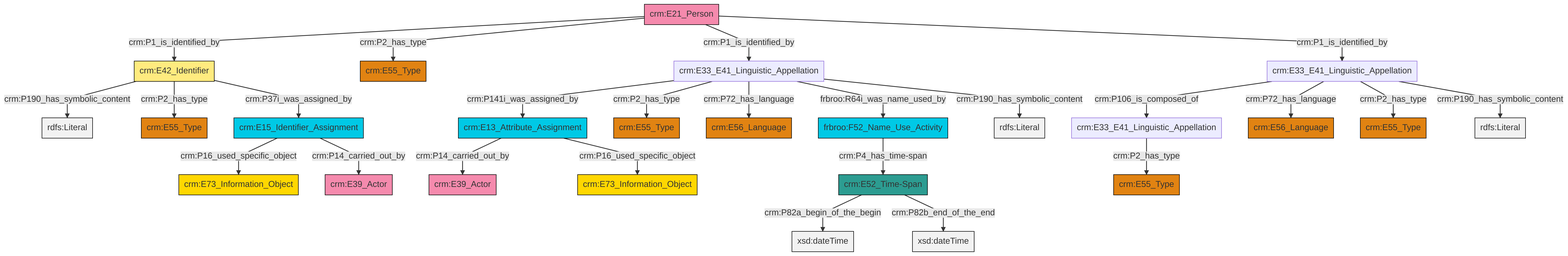
This is et/personCSV/ttl/mmd/png/Person_Names_and_Classification.png from swiss-art-research-net/reference-data-models, a Mermaid export, as it was before one commit. Its source is kept beside it as et/personCSV/ttl/mmd/Person_Names_and_Classification.ttl.mmd.
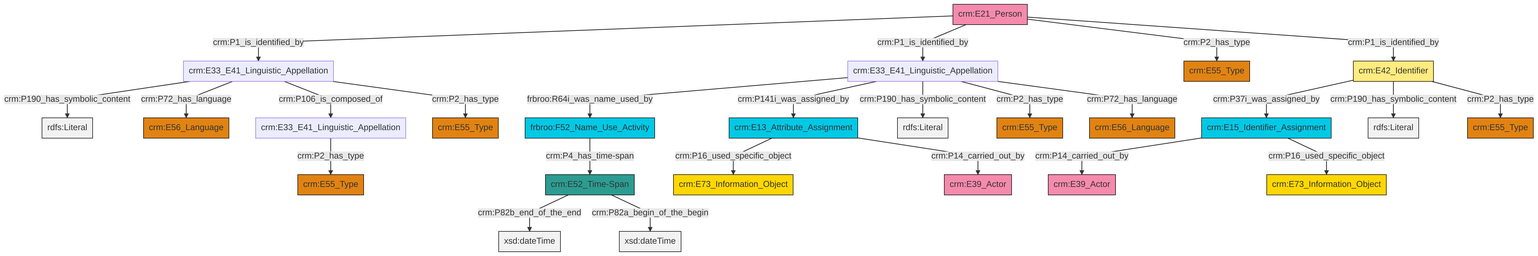
Above is the later version.

The edit, as a diff of the source:
```diff
@@ -13,27 +13,27 @@
 classDef PC_Classes fill:#4ce600, stroke:#000000;
 classDef Multi fill:#cccccc,stroke:#000000;
 
-4["crm:E13_Attribute_Assignment"]:::Temporal_Entity -->|crm:P14_carried_out_by| 5["crm:E39_Actor"]:::Actor
-0["crm:E21_Person"]:::Actor -->|crm:P1_is_identified_by| 9["crm:E42_Identifier"]:::Appellation
-10["crm:E33_E41_Linguistic_Appellation"]:::Default -->|crm:P106_is_composed_of| 11["crm:E33_E41_Linguistic_Appellation"]:::Default
-4["crm:E13_Attribute_Assignment"]:::Temporal_Entity -->|crm:P16_used_specific_object| 14["crm:E73_Information_Object"]:::Conceptual_Object
-20["crm:E52_Time-Span"]:::Time-Span -->|crm:P82a_begin_of_the_begin| 21[xsd:dateTime]:::Literal
-10["crm:E33_E41_Linguistic_Appellation"]:::Default -->|crm:P72_has_language| 22["crm:E56_Language"]:::Type
-0["crm:E21_Person"]:::Actor -->|crm:P2_has_type| 2["crm:E55_Type"]:::Type
-0["crm:E21_Person"]:::Actor -->|crm:P1_is_identified_by| 7["crm:E33_E41_Linguistic_Appellation"]:::Default
-7["crm:E33_E41_Linguistic_Appellation"]:::Default -->|crm:P141i_was_assigned_by| 4["crm:E13_Attribute_Assignment"]:::Temporal_Entity
-20["crm:E52_Time-Span"]:::Time-Span -->|crm:P82b_end_of_the_end| 26[xsd:dateTime]:::Literal
-27["crm:E15_Identifier_Assignment"]:::Temporal_Entity -->|crm:P16_used_specific_object| 18["crm:E73_Information_Object"]:::Conceptual_Object
-9["crm:E42_Identifier"]:::Appellation -->|crm:P190_has_symbolic_content| 32[rdfs:Literal]:::Literal
-7["crm:E33_E41_Linguistic_Appellation"]:::Default -->|crm:P2_has_type| 33["crm:E55_Type"]:::Type
-9["crm:E42_Identifier"]:::Appellation -->|crm:P2_has_type| 28["crm:E55_Type"]:::Type
-10["crm:E33_E41_Linguistic_Appellation"]:::Default -->|crm:P2_has_type| 23["crm:E55_Type"]:::Type
-11["crm:E33_E41_Linguistic_Appellation"]:::Default -->|crm:P2_has_type| 15["crm:E55_Type"]:::Type
-10["crm:E33_E41_Linguistic_Appellation"]:::Default -->|crm:P190_has_symbolic_content| 37[rdfs:Literal]:::Literal
-9["crm:E42_Identifier"]:::Appellation -->|crm:P37i_was_assigned_by| 27["crm:E15_Identifier_Assignment"]:::Temporal_Entity
-7["crm:E33_E41_Linguistic_Appellation"]:::Default -->|crm:P72_has_language| 30["crm:E56_Language"]:::Type
-7["crm:E33_E41_Linguistic_Appellation"]:::Default -->|frbroo:R64i_was_name_used_by| 12["frbroo:F52_Name_Use_Activity"]:::Temporal_Entity
-7["crm:E33_E41_Linguistic_Appellation"]:::Default -->|crm:P190_has_symbolic_content| 40[rdfs:Literal]:::Literal
-12["frbroo:F52_Name_Use_Activity"]:::Temporal_Entity -->|crm:P4_has_time-span| 20["crm:E52_Time-Span"]:::Time-Span
-27["crm:E15_Identifier_Assignment"]:::Temporal_Entity -->|crm:P14_carried_out_by| 42["crm:E39_Actor"]:::Actor
-0["crm:E21_Person"]:::Actor -->|crm:P1_is_identified_by| 10["crm:E33_E41_Linguistic_Appellation"]:::Default
+6["crm:E15_Identifier_Assignment"]:::Temporal_Entity -->|crm:P14_carried_out_by| 7["crm:E39_Actor"]:::Actor
+13["crm:E33_E41_Linguistic_Appellation"]:::Default -->|crm:P190_has_symbolic_content| 15[rdfs:Literal]:::Literal
+6["crm:E15_Identifier_Assignment"]:::Temporal_Entity -->|crm:P16_used_specific_object| 18["crm:E73_Information_Object"]:::Conceptual_Object
+19["crm:E33_E41_Linguistic_Appellation"]:::Default -->|frbroo:R64i_was_name_used_by| 8["frbroo:F52_Name_Use_Activity"]:::Temporal_Entity
+2["crm:E21_Person"]:::Actor -->|crm:P1_is_identified_by| 13["crm:E33_E41_Linguistic_Appellation"]:::Default
+19["crm:E33_E41_Linguistic_Appellation"]:::Default -->|crm:P141i_was_assigned_by| 20["crm:E13_Attribute_Assignment"]:::Temporal_Entity
+4["crm:E52_Time-Span"]:::Time-Span -->|crm:P82b_end_of_the_end| 21[xsd:dateTime]:::Literal
+19["crm:E33_E41_Linguistic_Appellation"]:::Default -->|crm:P190_has_symbolic_content| 23[rdfs:Literal]:::Literal
+4["crm:E52_Time-Span"]:::Time-Span -->|crm:P82a_begin_of_the_begin| 24[xsd:dateTime]:::Literal
+19["crm:E33_E41_Linguistic_Appellation"]:::Default -->|crm:P2_has_type| 25["crm:E55_Type"]:::Type
+2["crm:E21_Person"]:::Actor -->|crm:P1_is_identified_by| 19["crm:E33_E41_Linguistic_Appellation"]:::Default
+20["crm:E13_Attribute_Assignment"]:::Temporal_Entity -->|crm:P16_used_specific_object| 33["crm:E73_Information_Object"]:::Conceptual_Object
+10["crm:E42_Identifier"]:::Appellation -->|crm:P37i_was_assigned_by| 6["crm:E15_Identifier_Assignment"]:::Temporal_Entity
+10["crm:E42_Identifier"]:::Appellation -->|crm:P190_has_symbolic_content| 37[rdfs:Literal]:::Literal
+13["crm:E33_E41_Linguistic_Appellation"]:::Default -->|crm:P72_has_language| 38["crm:E56_Language"]:::Type
+2["crm:E21_Person"]:::Actor -->|crm:P2_has_type| 0["crm:E55_Type"]:::Type
+13["crm:E33_E41_Linguistic_Appellation"]:::Default -->|crm:P106_is_composed_of| 27["crm:E33_E41_Linguistic_Appellation"]:::Default
+2["crm:E21_Person"]:::Actor -->|crm:P1_is_identified_by| 10["crm:E42_Identifier"]:::Appellation
+10["crm:E42_Identifier"]:::Appellation -->|crm:P2_has_type| 41["crm:E55_Type"]:::Type
+13["crm:E33_E41_Linguistic_Appellation"]:::Default -->|crm:P2_has_type| 16["crm:E55_Type"]:::Type
+20["crm:E13_Attribute_Assignment"]:::Temporal_Entity -->|crm:P14_carried_out_by| 34["crm:E39_Actor"]:::Actor
+27["crm:E33_E41_Linguistic_Appellation"]:::Default -->|crm:P2_has_type| 31["crm:E55_Type"]:::Type
+19["crm:E33_E41_Linguistic_Appellation"]:::Default -->|crm:P72_has_language| 29["crm:E56_Language"]:::Type
+8["frbroo:F52_Name_Use_Activity"]:::Temporal_Entity -->|crm:P4_has_time-span| 4["crm:E52_Time-Span"]:::Time-Span
```
